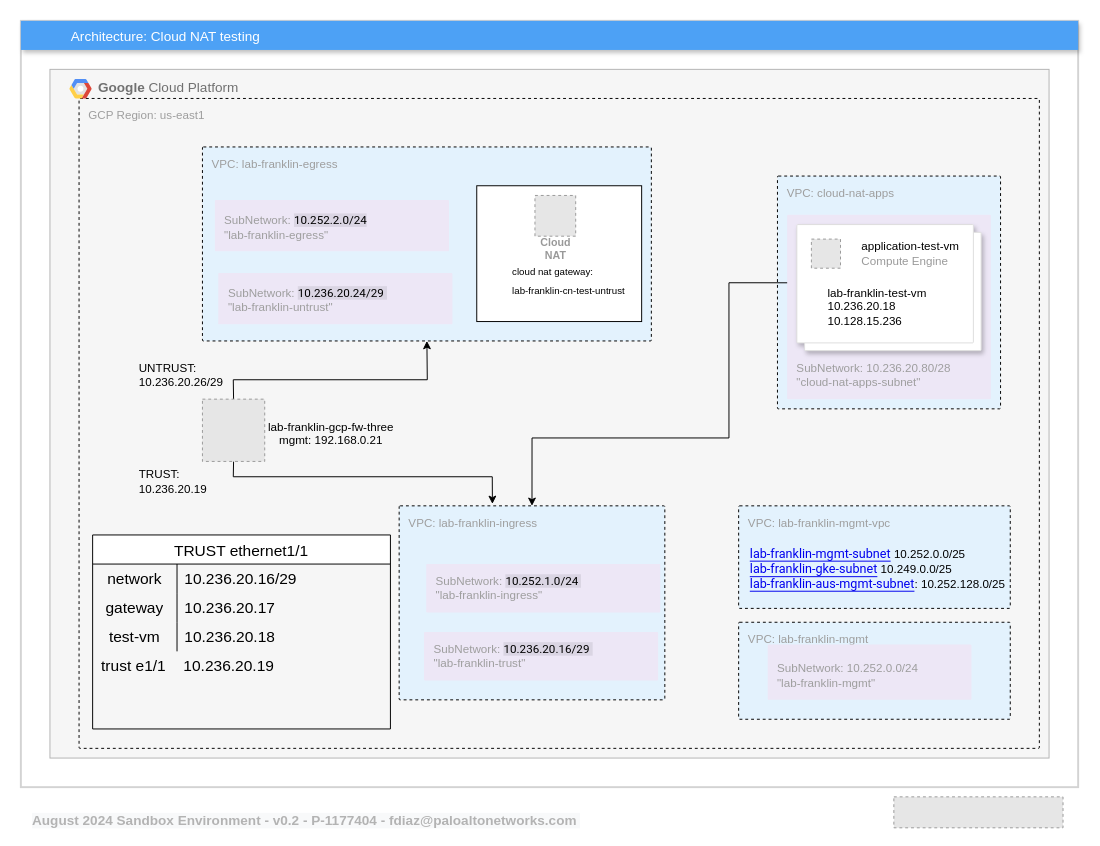
Above: page "GCP-cloud-nat" (3 of 3) of customer/docs/drawings/network_desgin.drawio in devsecfranklin/franklin-resume (draw.io), before the change. Source tidied: cells renumbered, new cells numbered last; positions are measured from the earlier drawing's top-left corner, leaving out a move shared by most shapes. Both pictures are drawn from the tidied source at 97%, with x=0, y=0 at pixel (20, 20). Pictures stored in the file or linked from it are replaced by grey dashed boxes.
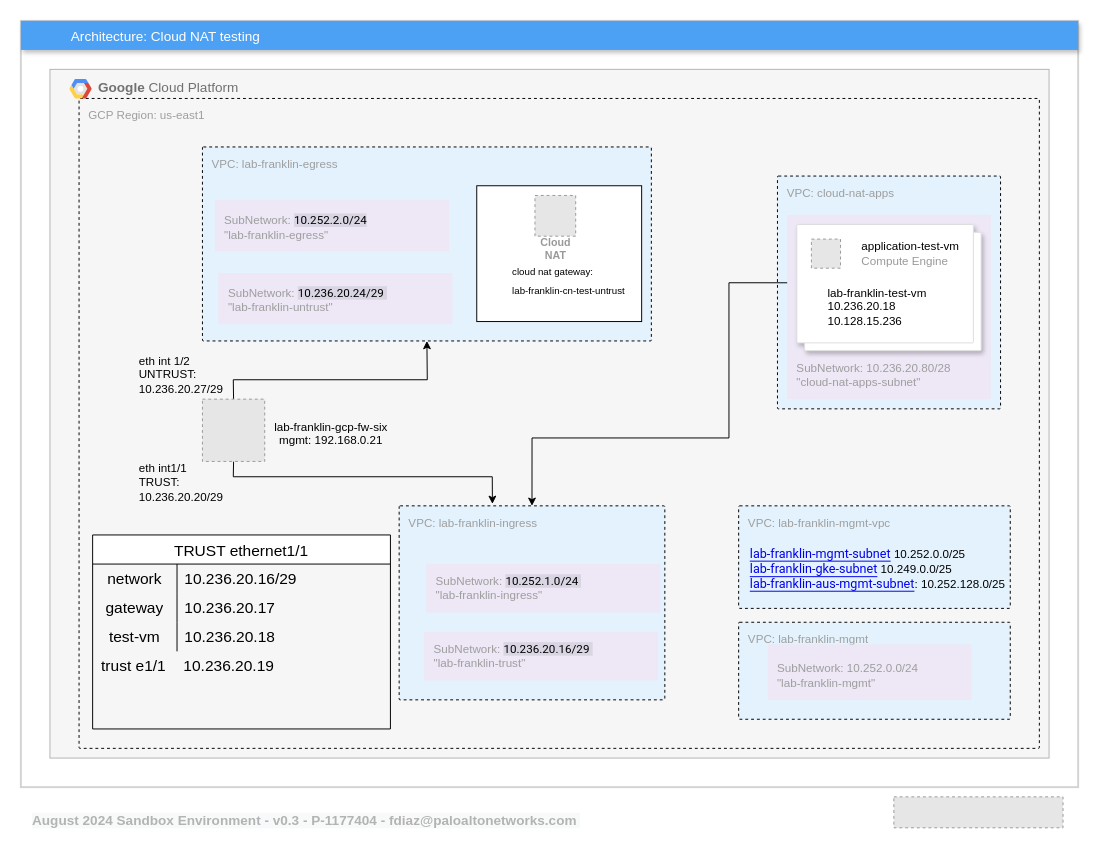
Above is the later version.

What changed in the source:
```diff
@@
-    <mxCell id="7" value="&lt;span style=&quot;font-family: Helvetica; font-size: 14px; font-style: normal; font-variant-ligatures: normal; font-variant-caps: normal; letter-spacing: normal; orphans: 2; text-align: left; text-indent: 0px; text-transform: none; widows: 2; word-spacing: 0px; -webkit-text-stroke-width: 0px; background-color: rgb(248, 249, 250); text-decoration-thickness: initial; text-decoration-style: initial; text-decoration-color: initial; float: none; display: inline !important;&quot;&gt;&lt;b style=&quot;&quot;&gt;&lt;font color=&quot;#b3b3b3&quot;&gt;August 2024 Sandbox Environment - v0.2 - P-1177404 - fdiaz@paloaltonetworks.com&amp;nbsp;&lt;/font&gt;&lt;/b&gt;&lt;/span&gt;" style="text;whiteSpace=wrap;html=1;fontColor=#FFFFFF;" parent="1" vertex="1">
+    <mxCell id="7" value="&lt;span style=&quot;font-family: Helvetica; font-size: 14px; font-style: normal; font-variant-ligatures: normal; font-variant-caps: normal; letter-spacing: normal; orphans: 2; text-align: left; text-indent: 0px; text-transform: none; widows: 2; word-spacing: 0px; -webkit-text-stroke-width: 0px; background-color: rgb(248, 249, 250); text-decoration-thickness: initial; text-decoration-style: initial; text-decoration-color: initial; float: none; display: inline !important;&quot;&gt;&lt;b style=&quot;&quot;&gt;&lt;font color=&quot;#b3b3b3&quot;&gt;August 2024 Sandbox Environment - v0.3 - P-1177404 - fdiaz@paloaltonetworks.com&amp;nbsp;&lt;/font&gt;&lt;/b&gt;&lt;/span&gt;" style="text;whiteSpace=wrap;html=1;fontColor=#FFFFFF;" parent="1" vertex="1">
       <mxGeometry x="10" y="810" width="850" height="20.9" as="geometry" />
     </mxCell>
@@
-    <mxCell id="10" value="&lt;p style=&quot;margin: 0px; font-variant-numeric: normal; font-variant-east-asian: normal; font-variant-alternates: normal; font-kerning: auto; font-optical-sizing: auto; font-feature-settings: normal; font-variation-settings: normal; font-variant-position: normal; font-stretch: normal; line-height: normal;&quot; class=&quot;p1&quot;&gt;&lt;span style=&quot;&quot; class=&quot;s1&quot;&gt;lab-franklin-gcp-fw-three&lt;/span&gt;&lt;/p&gt;&lt;p style=&quot;margin: 0px; font-variant-numeric: normal; font-variant-east-asian: normal; font-variant-alternates: normal; font-kerning: auto; font-optical-sizing: auto; font-feature-settings: normal; font-variation-settings: normal; font-variant-position: normal; font-stretch: normal; line-height: normal;&quot; class=&quot;p1&quot;&gt;&lt;span style=&quot;&quot; class=&quot;s1&quot;&gt;&lt;span style=&quot;text-align: left;&quot;&gt;mgmt: 192.168.0.21&lt;/span&gt;&lt;br&gt;&lt;/span&gt;&lt;/p&gt;" style="text;html=1;align=center;verticalAlign=middle;whiteSpace=wrap;rounded=0;" parent="1" vertex="1">
+    <mxCell id="10" value="&lt;p style=&quot;margin: 0px; font-variant-numeric: normal; font-variant-east-asian: normal; font-variant-alternates: normal; font-kerning: auto; font-optical-sizing: auto; font-feature-settings: normal; font-variation-settings: normal; font-variant-position: normal; font-stretch: normal; line-height: normal;&quot; class=&quot;p1&quot;&gt;&lt;span style=&quot;&quot; class=&quot;s1&quot;&gt;lab-franklin-gcp-fw-six&lt;/span&gt;&lt;/p&gt;&lt;p style=&quot;margin: 0px; font-variant-numeric: normal; font-variant-east-asian: normal; font-variant-alternates: normal; font-kerning: auto; font-optical-sizing: auto; font-feature-settings: normal; font-variation-settings: normal; font-variant-position: normal; font-stretch: normal; line-height: normal;&quot; class=&quot;p1&quot;&gt;&lt;span style=&quot;&quot; class=&quot;s1&quot;&gt;&lt;span style=&quot;text-align: left;&quot;&gt;mgmt: 192.168.0.21&lt;/span&gt;&lt;br&gt;&lt;/span&gt;&lt;/p&gt;" style="text;html=1;align=center;verticalAlign=middle;whiteSpace=wrap;rounded=0;" parent="1" vertex="1">
       <mxGeometry x="230" y="410" width="180" height="30" as="geometry" />
     </mxCell>
@@
-    <mxCell id="45" value="UNTRUST: 10.236.20.26/29" style="text;html=1;align=left;verticalAlign=middle;whiteSpace=wrap;rounded=0;" parent="1" vertex="1">
-      <mxGeometry x="120" y="350" width="90" height="30" as="geometry" />
+    <mxCell id="45" value="eth int 1/2&lt;br&gt;UNTRUST: 10.236.20.27/29" style="text;html=1;align=left;verticalAlign=middle;whiteSpace=wrap;rounded=0;" parent="1" vertex="1">
+      <mxGeometry x="120" y="350" width="145" height="30" as="geometry" />
     </mxCell>
-    <mxCell id="46" value="TRUST: 10.236.20.19" style="text;html=1;align=left;verticalAlign=middle;whiteSpace=wrap;rounded=0;" parent="1" vertex="1">
-      <mxGeometry x="120" y="460" width="60" height="30" as="geometry" />
+    <mxCell id="46" value="eth int1/1&lt;br&gt;TRUST: 10.236.20.20/29" style="text;html=1;align=left;verticalAlign=middle;whiteSpace=wrap;rounded=0;" parent="1" vertex="1">
+      <mxGeometry x="120" y="461" width="115" height="30" as="geometry" />
     </mxCell>
```
